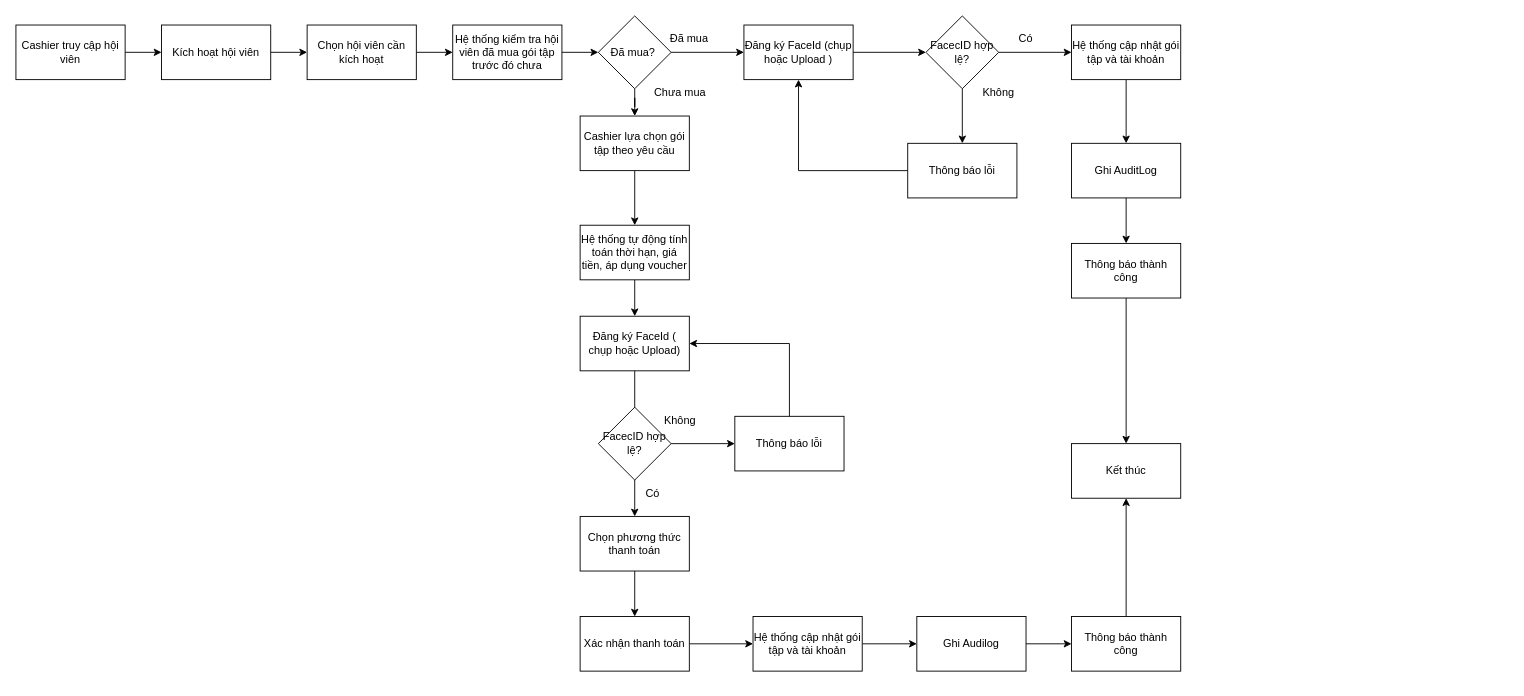
This is SoDo/NghiepVu/Cashier/Kích hoạt hội viên.drawio from NguyenVanTruongdv/LuanVan, a draw.io file, before an edit. Source tidied: cells renumbered, new cells numbered last; positions are measured from the earlier drawing's top-left corner, leaving out a move shared by most shapes. Both pictures are drawn from the tidied source at 91%, with x=0, y=0 at pixel (15, 15).
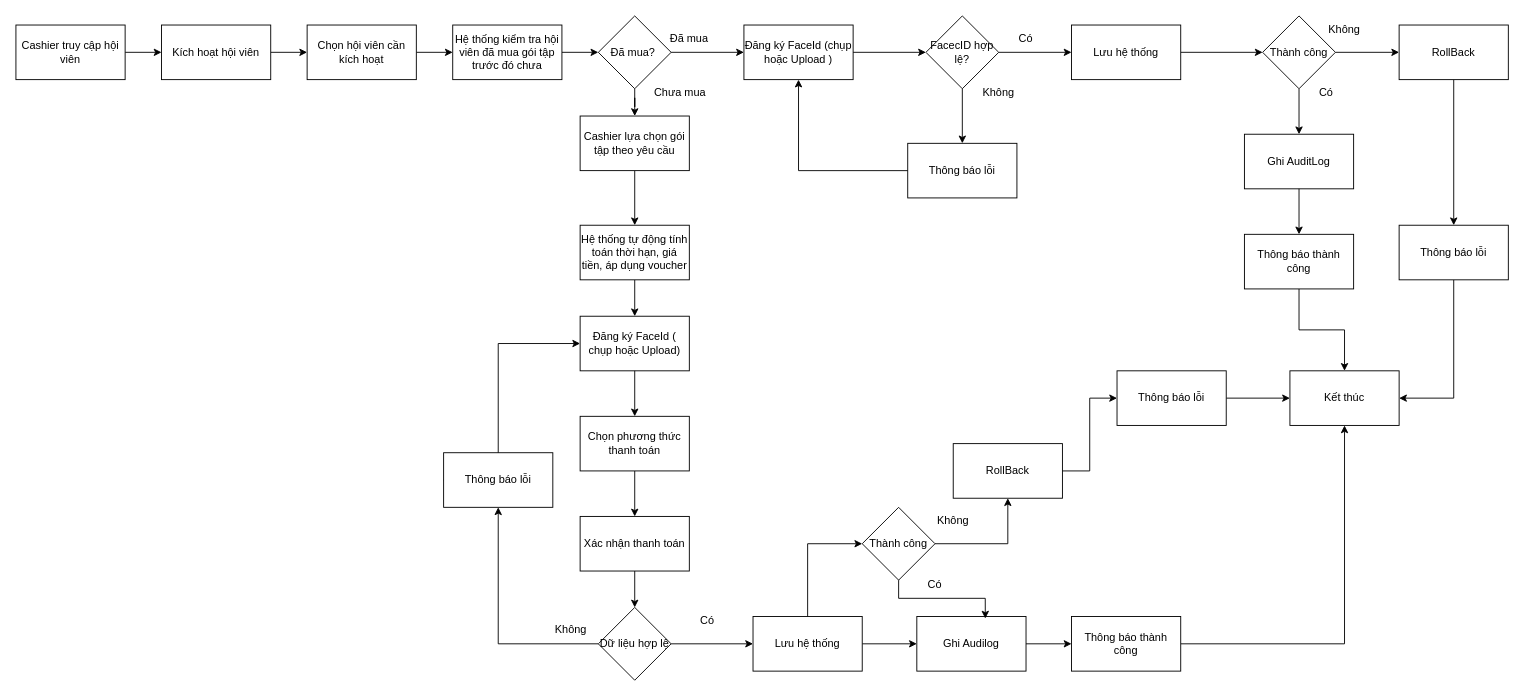
The same diagram, later.

The change refers to these unchanged cells:
```xml
<mxCell id="18" value="Đăng ký FaceId ( chụp hoặc Upload)" style="rounded=0;whiteSpace=wrap;html=1;" parent="1" vertex="1">
  <mxGeometry x="620" y="330" width="120" height="60" as="geometry" />
</mxCell>
<mxCell id="24" value="Ghi Audilog" style="rounded=0;whiteSpace=wrap;html=1;" parent="1" vertex="1">
  <mxGeometry x="990" y="660" width="120" height="60" as="geometry" />
</mxCell>
```

What changed in the source:
```diff
@@
-    <mxCell id="19" style="edgeStyle=orthogonalEdgeStyle;rounded=0;jettySize=auto;html=1;" parent="1" edge="1" source="20" target="22">
+    <mxCell id="19" style="edgeStyle=orthogonalEdgeStyle;rounded=0;jettySize=auto;html=1;" parent="1" edge="1" source="42" target="22">
       <mxGeometry relative="1" as="geometry" />
     </mxCell>
     <mxCell id="20" value="Xác nhận thanh toán" style="rounded=0;whiteSpace=wrap;html=1;" parent="1" vertex="1">
-      <mxGeometry x="620" y="660" width="120" height="60" as="geometry" />
+      <mxGeometry x="620" y="550" width="120" height="60" as="geometry" />
     </mxCell>
@@
+    <mxCell id="54" style="edgeStyle=orthogonalEdgeStyle;rounded=0;jettySize=auto;html=1;exitX=0.5;exitY=0;exitDx=0;exitDy=0;entryX=0;entryY=0.5;entryDx=0;entryDy=0;" parent="1" edge="1" source="22" target="59">
+      <mxGeometry relative="1" as="geometry" />
+    </mxCell>
-    <mxCell id="22" value="Hệ thống cập nhật gói tập và tài khoản" style="rounded=0;whiteSpace=wrap;html=1;" parent="1" vertex="1">
+    <mxCell id="22" value="Lưu hệ thống" style="rounded=0;whiteSpace=wrap;html=1;" parent="1" vertex="1">
       <mxGeometry x="810" y="660" width="120" height="60" as="geometry" />
     </mxCell>
@@
-    <mxCell id="29" style="edgeStyle=orthogonalEdgeStyle;rounded=0;jettySize=auto;html=1;" parent="1" edge="1" source="30" target="32">
-      <mxGeometry relative="1" as="geometry" />
-    </mxCell>
+    <mxCell id="55" style="edgeStyle=orthogonalEdgeStyle;rounded=0;jettySize=auto;html=1;" parent="1" edge="1" source="30" target="67">
+      <mxGeometry relative="1" as="geometry" />
+    </mxCell>
-    <mxCell id="30" value="Hệ thống cập nhật gói tập và tài khoản" style="rounded=0;whiteSpace=wrap;html=1;" parent="1" vertex="1">
+    <mxCell id="30" value="Lưu hệ thống" style="rounded=0;whiteSpace=wrap;html=1;" parent="1" vertex="1">
       <mxGeometry x="1160" y="10" width="120" height="60" as="geometry" />
     </mxCell>
@@
     <mxCell id="32" value="Ghi AuditLog" style="rounded=0;whiteSpace=wrap;html=1;" parent="1" vertex="1">
-      <mxGeometry x="1160" y="140" width="120" height="60" as="geometry" />
+      <mxGeometry x="1350" y="130" width="120" height="60" as="geometry" />
     </mxCell>
@@
     <mxCell id="37" value="Thông báo thành công" style="rounded=0;whiteSpace=wrap;html=1;" parent="1" vertex="1">
-      <mxGeometry x="1160" y="250" width="120" height="60" as="geometry" />
+      <mxGeometry x="1350" y="240" width="120" height="60" as="geometry" />
     </mxCell>
     <mxCell id="38" value="Kết thúc" style="rounded=0;whiteSpace=wrap;html=1;" parent="1" vertex="1">
-      <mxGeometry x="1160" y="470" width="120" height="60" as="geometry" />
+      <mxGeometry x="1400" y="390" width="120" height="60" as="geometry" />
     </mxCell>
@@
     <mxCell id="40" value="Chọn phương thức thanh toán" style="rounded=0;whiteSpace=wrap;html=1;" parent="1" vertex="1">
-      <mxGeometry x="620" y="550" width="120" height="60" as="geometry" />
+      <mxGeometry x="620" y="440" width="120" height="60" as="geometry" />
     </mxCell>
-    <mxCell id="41" style="edgeStyle=orthogonalEdgeStyle;rounded=0;jettySize=auto;html=1;entryX=0;entryY=0.5;entryDx=0;entryDy=0;" parent="1" edge="1" source="42" target="43">
-      <mxGeometry relative="1" as="geometry" />
+    <mxCell id="41" style="edgeStyle=orthogonalEdgeStyle;rounded=0;jettySize=auto;html=1;entryX=0;entryY=0.5;entryDx=0;entryDy=0;exitX=0;exitY=0.5;exitDx=0;exitDy=0;" parent="1" edge="1" source="58" target="18">
+      <mxGeometry relative="1" as="geometry">
+        <Array as="points">
+          <mxPoint x="530" y="360.1" />
+        </Array>
+      </mxGeometry>
     </mxCell>
-    <mxCell id="42" value="FacecID hợp lệ?" style="rhombus;whiteSpace=wrap;html=1;shapeInside=1;" parent="1" vertex="1">
-      <mxGeometry x="640" y="430" width="80" height="80" as="geometry" />
-    </mxCell>
-    <mxCell id="43" value="Thông báo lỗi" style="rounded=0;whiteSpace=wrap;html=1;" parent="1" vertex="1">
-      <mxGeometry x="790" y="440" width="120" height="60" as="geometry" />
-    </mxCell>
-    <mxCell id="44" style="endArrow=classic;html=1;rounded=0;entryX=1;entryY=0.5;entryDx=0;entryDy=0;exitX=0.5;exitY=0;exitDx=0;exitDy=0;" parent="1" edge="1" source="43" target="18">
-      <mxGeometry relative="1" as="geometry">
-        <Array as="points">
-          <mxPoint x="850" y="360" />
-        </Array>
-      </mxGeometry>
-    </mxCell>
     <mxCell id="45" value="Không" style="text;html=1;whiteSpace=wrap;strokeColor=none;fillColor=none;align=center;verticalAlign=middle;rounded=0;" parent="1" vertex="1">
-      <mxGeometry x="700" y="430" width="60" height="30" as="geometry" />
+      <mxGeometry x="580" y="660" width="60" height="30" as="geometry" />
     </mxCell>
     <mxCell id="46" value="Có" style="text;html=1;whiteSpace=wrap;strokeColor=none;fillColor=none;align=center;verticalAlign=middle;rounded=0;" parent="1" vertex="1">
-      <mxGeometry x="670" y="510" width="60" height="30" as="geometry" />
+      <mxGeometry x="730" y="650" width="60" height="30" as="geometry" />
     </mxCell>
@@
+    <mxCell id="56" style="edgeStyle=orthogonalEdgeStyle;rounded=0;jettySize=auto;html=1;" parent="1" edge="1" source="20" target="42">
+      <mxGeometry relative="1" as="geometry" />
+    </mxCell>
+    <mxCell id="42" value="Dữ liệu hợp lệ" style="rhombus;whiteSpace=wrap;html=1;shapeInside=1;" parent="1" vertex="1">
+      <mxGeometry x="640" y="650" width="80" height="80" as="geometry" />
+    </mxCell>
+    <mxCell id="57" style="edgeStyle=orthogonalEdgeStyle;rounded=0;jettySize=auto;html=1;entryX=0.5;entryY=1;entryDx=0;entryDy=0;exitX=0;exitY=0.5;exitDx=0;exitDy=0;" parent="1" edge="1" source="42" target="58">
+      <mxGeometry relative="1" as="geometry">
+        <Array as="points">
+          <mxPoint x="530" y="690.1" />
+        </Array>
+      </mxGeometry>
+    </mxCell>
+    <mxCell id="58" value="Thông báo lỗi" style="rounded=0;whiteSpace=wrap;html=1;" parent="1" vertex="1">
+      <mxGeometry x="470" y="480" width="120" height="60" as="geometry" />
+    </mxCell>
+    <mxCell id="59" value="&lt;div&gt;Thành công&lt;/div&gt;" style="rhombus;whiteSpace=wrap;html=1;shapeInside=1;" parent="1" vertex="1">
+      <mxGeometry x="930" y="540" width="80" height="80" as="geometry" />
+    </mxCell>
+    <mxCell id="60" style="edgeStyle=orthogonalEdgeStyle;rounded=0;jettySize=auto;html=1;entryX=0.627;entryY=0.037;entryDx=0;entryDy=0;entryPerimeter=0;" parent="1" edge="1" source="59" target="24">
+      <mxGeometry relative="1" as="geometry" />
+    </mxCell>
+    <mxCell id="61" value="Không" style="text;html=1;whiteSpace=wrap;strokeColor=none;fillColor=none;align=center;verticalAlign=middle;rounded=0;" parent="1" vertex="1">
+      <mxGeometry x="1000" y="540" width="60" height="30" as="geometry" />
+    </mxCell>
+    <mxCell id="62" value="Có" style="text;html=1;whiteSpace=wrap;strokeColor=none;fillColor=none;align=center;verticalAlign=middle;rounded=0;" parent="1" vertex="1">
+      <mxGeometry x="980" y="610" width="60" height="30" as="geometry" />
+    </mxCell>
+    <mxCell id="63" style="edgeStyle=orthogonalEdgeStyle;rounded=0;jettySize=auto;html=1;entryX=0.5;entryY=1;entryDx=0;entryDy=0;" parent="1" edge="1" source="59" target="64">
+      <mxGeometry relative="1" as="geometry" />
+    </mxCell>
+    <mxCell id="64" value="RollBack" style="rounded=0;whiteSpace=wrap;html=1;" parent="1" vertex="1">
+      <mxGeometry x="1030" y="470" width="120" height="60" as="geometry" />
+    </mxCell>
+    <mxCell id="65" style="edgeStyle=orthogonalEdgeStyle;rounded=0;jettySize=auto;html=1;" parent="1" edge="1" source="67" target="72">
+      <mxGeometry relative="1" as="geometry" />
+    </mxCell>
+    <mxCell id="66" style="edgeStyle=orthogonalEdgeStyle;rounded=0;jettySize=auto;html=1;" parent="1" edge="1" source="67" target="32">
+      <mxGeometry relative="1" as="geometry" />
+    </mxCell>
+    <mxCell id="67" value="&lt;div&gt;Thành công&lt;/div&gt;" style="rhombus;whiteSpace=wrap;html=1;shapeInside=1;" parent="1" vertex="1">
+      <mxGeometry x="1370" width="80" height="80" as="geometry" />
+    </mxCell>
+    <mxCell id="68" style="edgeStyle=orthogonalEdgeStyle;rounded=0;jettySize=auto;html=1;entryX=0;entryY=0.5;entryDx=0;entryDy=0;" parent="1" edge="1" source="64" target="70">
+      <mxGeometry relative="1" as="geometry" />
+    </mxCell>
+    <mxCell id="69" style="edgeStyle=orthogonalEdgeStyle;rounded=0;jettySize=auto;html=1;entryX=0;entryY=0.5;entryDx=0;entryDy=0;" parent="1" edge="1" source="70" target="38">
+      <mxGeometry relative="1" as="geometry" />
+    </mxCell>
+    <mxCell id="70" value="Thông báo lỗi" style="rounded=0;whiteSpace=wrap;html=1;" parent="1" vertex="1">
+      <mxGeometry x="1210" y="390" width="120" height="60" as="geometry" />
+    </mxCell>
+    <mxCell id="71" style="edgeStyle=orthogonalEdgeStyle;rounded=0;jettySize=auto;html=1;entryX=0.5;entryY=0;entryDx=0;entryDy=0;" parent="1" edge="1" source="72" target="74">
+      <mxGeometry relative="1" as="geometry" />
+    </mxCell>
+    <mxCell id="72" value="RollBack" style="rounded=0;whiteSpace=wrap;html=1;" parent="1" vertex="1">
+      <mxGeometry x="1520" y="10" width="120" height="60" as="geometry" />
+    </mxCell>
+    <mxCell id="73" style="edgeStyle=orthogonalEdgeStyle;rounded=0;jettySize=auto;html=1;entryX=1;entryY=0.5;entryDx=0;entryDy=0;" parent="1" edge="1" source="74" target="38">
+      <mxGeometry relative="1" as="geometry" />
+    </mxCell>
+    <mxCell id="74" value="Thông báo lỗi" style="rounded=0;whiteSpace=wrap;html=1;" parent="1" vertex="1">
+      <mxGeometry x="1520" y="230" width="120" height="60" as="geometry" />
+    </mxCell>
+    <mxCell id="75" value="Có" style="text;html=1;whiteSpace=wrap;strokeColor=none;fillColor=none;align=center;verticalAlign=middle;rounded=0;" parent="1" vertex="1">
+      <mxGeometry x="1410" y="70" width="60" height="30" as="geometry" />
+    </mxCell>
+    <mxCell id="76" value="Không" style="text;html=1;whiteSpace=wrap;strokeColor=none;fillColor=none;align=center;verticalAlign=middle;rounded=0;" parent="1" vertex="1">
+      <mxGeometry x="1430" width="60" height="30" as="geometry" />
+    </mxCell>
```
